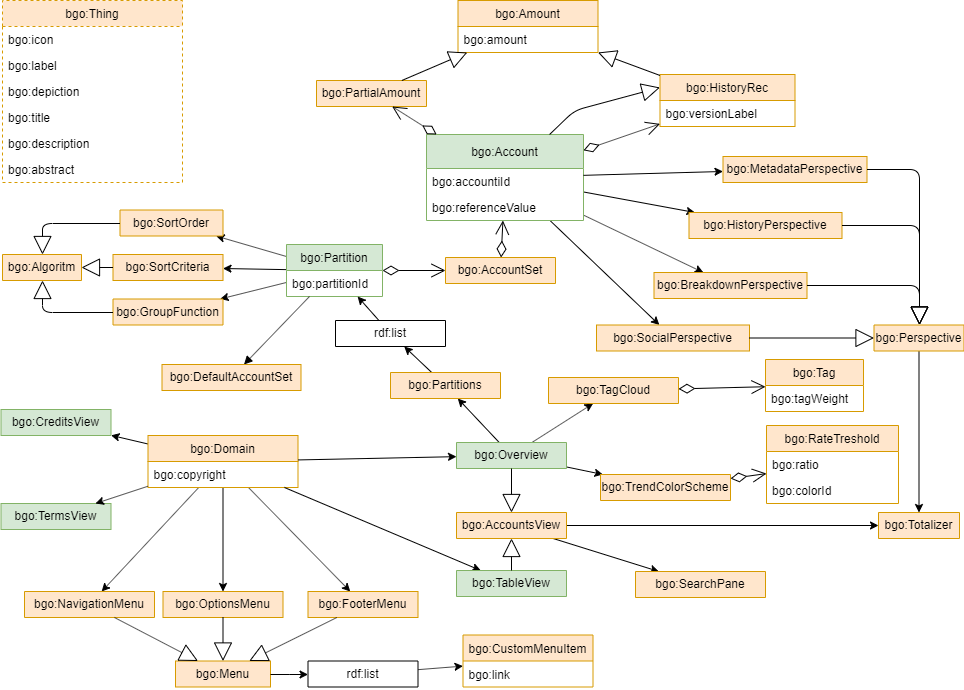
The draw.io diagram v1/bgo/doc/uml-diagram.png in linkeddatacenter/LODMAP-ontologies, before a commit. Source tidied: cells renumbered, new cells last; positions are measured from the earlier drawing's top-left corner, leaving out a move shared by most shapes.
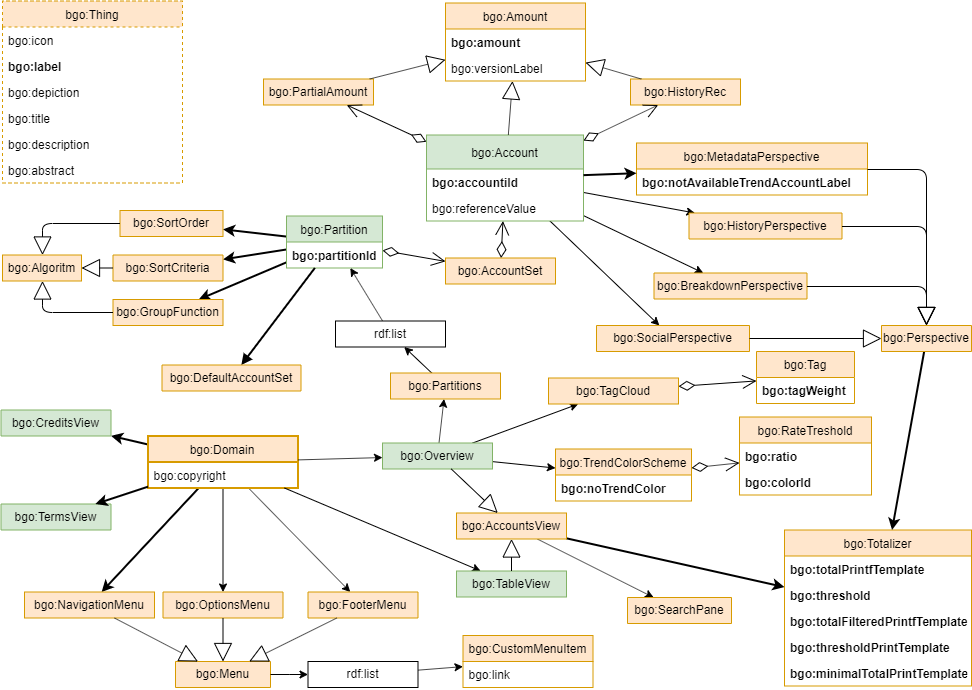
After the commit.

The edit, as a diff of the source:
```diff
@@ -12,19 +12,19 @@
       <mxGeometry relative="1" as="geometry" />
     </mxCell>
     <mxCell id="5" value="bgo:Amount" style="swimlane;fontStyle=0;horizontal=1;startSize=26;fillColor=#ffe6cc;swimlaneFillColor=#ffffff;strokeColor=#d79b00;" parent="1" vertex="1">
-      <mxGeometry x="457.5" width="140" height="52" as="geometry" />
+      <mxGeometry x="445" y="2" width="140" height="78" as="geometry" />
     </mxCell>
-    <mxCell id="6" value="bgo:amount&#10;" style="text;strokeColor=none;fillColor=none;align=left;verticalAlign=top;spacingLeft=4;spacingRight=4;overflow=hidden;" parent="5" vertex="1">
+    <mxCell id="6" value="bgo:amount&#10;" style="text;strokeColor=none;fillColor=none;align=left;verticalAlign=top;spacingLeft=4;spacingRight=4;overflow=hidden;fontStyle=1;" parent="5" vertex="1">
       <mxGeometry y="26" width="140" height="26" as="geometry" />
     </mxCell>
+    <mxCell id="8" value="bgo:versionLabel" style="text;strokeColor=none;fillColor=none;align=left;verticalAlign=top;spacingLeft=4;spacingRight=4;overflow=hidden;fontStyle=0;" parent="5" vertex="1">
+      <mxGeometry y="52" width="140" height="26" as="geometry" />
+    </mxCell>
-    <mxCell id="7" value="bgo:HistoryRec" style="swimlane;fontStyle=0;horizontal=1;startSize=26;fillColor=#ffe6cc;swimlaneFillColor=#ffffff;strokeColor=#d79b00;" parent="1" vertex="1">
-      <mxGeometry x="659.5" y="74" width="135" height="52" as="geometry" />
+    <mxCell id="7" value="bgo:HistoryRec" style="swimlane;fontStyle=0;horizontal=1;startSize=26;fillColor=#ffe6cc;swimlaneFillColor=#ffffff;strokeColor=#d79b00;" parent="1" vertex="1" collapsed="1">
+      <mxGeometry x="630" y="78" width="110" height="26" as="geometry" />
     </mxCell>
-    <mxCell id="8" value="bgo:versionLabel" style="text;strokeColor=none;fillColor=none;align=left;verticalAlign=top;spacingLeft=4;spacingRight=4;overflow=hidden;" parent="7" vertex="1">
-      <mxGeometry y="26" width="135" height="26" as="geometry" />
-    </mxCell>
     <mxCell id="9" value="bgo:PartialAmount" style="swimlane;fontStyle=0;horizontal=1;startSize=26;fillColor=#ffe6cc;swimlaneFillColor=#ffffff;strokeColor=#d79b00;" parent="1" vertex="1" collapsed="1">
-      <mxGeometry x="316" y="80" width="110" height="26" as="geometry" />
+      <mxGeometry x="263" y="78" width="110" height="26" as="geometry" />
     </mxCell>
     <mxCell id="10" style="endArrow=block;endSize=16;endFill=0;html=1;" parent="1" edge="1" source="9" target="5">
       <mxGeometry relative="1" as="geometry" />
@@ -35,18 +35,14 @@
     <mxCell id="12" value="bgo:Account" style="swimlane;fontStyle=0;horizontal=1;startSize=34;fillColor=#d5e8d4;swimlaneFillColor=#ffffff;strokeColor=#82b366;" parent="1" vertex="1">
       <mxGeometry x="426" y="134" width="157" height="86" as="geometry" />
     </mxCell>
-    <mxCell id="13" value="bgo:accountiId" style="text;strokeColor=none;fillColor=none;align=left;verticalAlign=top;spacingLeft=4;spacingRight=4;overflow=hidden;" parent="12" vertex="1">
+    <mxCell id="13" value="bgo:accountiId" style="text;strokeColor=none;fillColor=none;align=left;verticalAlign=top;spacingLeft=4;spacingRight=4;overflow=hidden;fontStyle=1;" parent="12" vertex="1">
       <mxGeometry y="34" width="157" height="26" as="geometry" />
     </mxCell>
     <mxCell id="14" value="bgo:referenceValue" style="text;strokeColor=none;fillColor=none;align=left;verticalAlign=top;spacingLeft=4;spacingRight=4;overflow=hidden;" parent="12" vertex="1">
       <mxGeometry y="60" width="157" height="26" as="geometry" />
     </mxCell>
-    <mxCell id="15" style="endArrow=block;endSize=16;endFill=0;html=1;entryX=0;entryY=0.25;entryDx=0;entryDy=0;" parent="1" edge="1" source="12" target="7">
-      <mxGeometry x="-0.05" y="-7" relative="1" as="geometry">
-        <Array as="points">
-          <mxPoint x="574" y="110" />
-        </Array>
-      </mxGeometry>
+    <mxCell id="15" style="endArrow=block;endSize=16;endFill=0;html=1;" parent="1" edge="1" source="12" target="5">
+      <mxGeometry x="-0.05" y="-7" relative="1" as="geometry" />
     </mxCell>
     <mxCell id="16" value="bgo:Thing" style="swimlane;fontStyle=0;horizontal=1;startSize=26;fillColor=#ffe6cc;swimlaneFillColor=#ffffff;strokeColor=#d79b00;dashed=1;" parent="1" vertex="1">
       <mxGeometry x="2" width="180" height="182" as="geometry" />
@@ -54,13 +50,13 @@
     <mxCell id="17" value="bgo:icon" style="text;strokeColor=none;fillColor=none;align=left;verticalAlign=top;spacingLeft=4;spacingRight=4;overflow=hidden;dashed=1;" parent="16" vertex="1">
       <mxGeometry y="26" width="180" height="26" as="geometry" />
     </mxCell>
-    <mxCell id="18" value="bgo:label" style="text;strokeColor=none;fillColor=none;align=left;verticalAlign=top;spacingLeft=4;spacingRight=4;overflow=hidden;dashed=1;" parent="16" vertex="1">
+    <mxCell id="18" value="bgo:label" style="text;strokeColor=none;fillColor=none;align=left;verticalAlign=top;spacingLeft=4;spacingRight=4;overflow=hidden;dashed=1;fontStyle=1;" parent="16" vertex="1">
       <mxGeometry y="52" width="180" height="26" as="geometry" />
     </mxCell>
     <mxCell id="19" value="bgo:depiction " style="text;strokeColor=none;fillColor=none;align=left;verticalAlign=top;spacingLeft=4;spacingRight=4;overflow=hidden;" parent="16" vertex="1">
       <mxGeometry y="78" width="180" height="26" as="geometry" />
     </mxCell>
-    <mxCell id="20" value="bgo:title" style="text;strokeColor=none;fillColor=none;align=left;verticalAlign=top;spacingLeft=4;spacingRight=4;overflow=hidden;dashed=1;" parent="16" vertex="1">
+    <mxCell id="20" value="bgo:title" style="text;strokeColor=none;fillColor=none;align=left;verticalAlign=top;spacingLeft=4;spacingRight=4;overflow=hidden;dashed=1;fontStyle=0;" parent="16" vertex="1">
       <mxGeometry y="104" width="180" height="26" as="geometry" />
     </mxCell>
     <mxCell id="21" value="bgo:description" style="text;strokeColor=none;fillColor=none;align=left;verticalAlign=top;spacingLeft=4;spacingRight=4;overflow=hidden;" parent="16" vertex="1">
@@ -80,19 +76,19 @@
     <mxCell id="25" style="html=1;align=right;verticalAlign=top;labelBackgroundColor=#ffffff;fontSize=10;" parent="23" vertex="1">
       <mxGeometry x="1" relative="1" as="geometry" />
     </mxCell>
-    <mxCell id="26" style="edgeStyle=none;rounded=0;jettySize=auto;html=1;" parent="1" edge="1" source="30" target="65">
+    <mxCell id="26" style="edgeStyle=none;rounded=0;jettySize=auto;html=1;strokeWidth=2;" parent="1" edge="1" source="30" target="65">
       <mxGeometry relative="1" as="geometry" />
     </mxCell>
     <mxCell id="27" style="edgeStyle=none;rounded=0;jettySize=auto;html=1;" parent="1" edge="1" source="30" target="68">
       <mxGeometry relative="1" as="geometry" />
     </mxCell>
-    <mxCell id="28" style="edgeStyle=none;rounded=0;jettySize=auto;html=1;" parent="1" edge="1" source="30" target="67">
+    <mxCell id="28" style="edgeStyle=none;rounded=0;jettySize=auto;html=1;strokeWidth=2;" parent="1" edge="1" source="30" target="67">
       <mxGeometry relative="1" as="geometry" />
     </mxCell>
     <mxCell id="29" style="edgeStyle=none;rounded=0;jettySize=auto;html=1;" parent="1" edge="1" source="30" target="69">
       <mxGeometry relative="1" as="geometry" />
     </mxCell>
-    <mxCell id="30" value="bgo:Domain" style="swimlane;fontStyle=0;horizontal=1;startSize=26;fillColor=#ffe6cc;swimlaneFillColor=#ffffff;strokeColor=#d79b00;" parent="1" vertex="1">
+    <mxCell id="30" value="bgo:Domain" style="swimlane;fontStyle=0;horizontal=1;startSize=26;fillColor=#ffe6cc;swimlaneFillColor=#ffffff;strokeColor=#d79b00;strokeWidth=2;" parent="1" vertex="1">
       <mxGeometry x="147.5" y="435" width="150" height="52" as="geometry" />
     </mxCell>
     <mxCell id="31" value="bgo:copyright" style="text;strokeColor=none;fillColor=none;align=left;verticalAlign=top;spacingLeft=4;spacingRight=4;overflow=hidden;" parent="30" vertex="1">
@@ -112,19 +108,19 @@
     <mxCell id="35" style="html=1;align=right;verticalAlign=top;labelBackgroundColor=#ffffff;fontSize=10;" parent="33" vertex="1">
       <mxGeometry x="1" relative="1" as="geometry" />
     </mxCell>
-    <mxCell id="36" style="edgeStyle=none;rounded=0;jettySize=auto;html=1;" parent="1" edge="1" source="39" target="48">
+    <mxCell id="36" style="edgeStyle=none;rounded=0;jettySize=auto;html=1;strokeWidth=2;" parent="1" edge="1" source="39" target="48">
       <mxGeometry relative="1" as="geometry" />
     </mxCell>
-    <mxCell id="37" style="edgeStyle=none;rounded=0;jettySize=auto;html=1;" parent="1" edge="1" source="39" target="47">
+    <mxCell id="37" style="edgeStyle=none;rounded=0;jettySize=auto;html=1;strokeWidth=2;" parent="1" edge="1" source="39" target="47">
       <mxGeometry relative="1" as="geometry" />
     </mxCell>
-    <mxCell id="38" style="edgeStyle=none;rounded=0;jettySize=auto;html=1;" parent="1" edge="1" source="39" target="46">
+    <mxCell id="38" style="edgeStyle=none;rounded=0;jettySize=auto;html=1;strokeWidth=2;" parent="1" edge="1" source="39" target="46">
       <mxGeometry relative="1" as="geometry" />
     </mxCell>
     <mxCell id="39" value="bgo:Partition" style="swimlane;fontStyle=0;horizontal=1;startSize=26;fillColor=#d5e8d4;swimlaneFillColor=#ffffff;strokeColor=#82b366;" parent="1" vertex="1">
-      <mxGeometry x="286" y="244" width="96" height="52" as="geometry" />
+      <mxGeometry x="286" y="215" width="96" height="52" as="geometry" />
     </mxCell>
-    <mxCell id="40" value="bgo:partitionId" style="text;strokeColor=none;fillColor=none;align=left;verticalAlign=top;spacingLeft=4;spacingRight=4;overflow=hidden;" parent="39" vertex="1">
+    <mxCell id="40" value="bgo:partitionId" style="text;strokeColor=none;fillColor=none;align=left;verticalAlign=top;spacingLeft=4;spacingRight=4;overflow=hidden;fontStyle=1;" parent="39" vertex="1">
       <mxGeometry y="26" width="96" height="26" as="geometry" />
     </mxCell>
     <mxCell id="41" style="endArrow=open;html=1;endSize=12;startArrow=diamondThin;startSize=14;startFill=0;" parent="1" edge="1" source="39" target="32">
@@ -138,7 +134,7 @@
     <mxCell id="43" style="html=1;align=right;verticalAlign=top;labelBackgroundColor=#ffffff;fontSize=10;" parent="41" vertex="1">
       <mxGeometry x="1" relative="1" as="geometry" />
     </mxCell>
-    <mxCell id="44" style="endArrow=block;endFill=1;html=1;align=left;verticalAlign=top;" parent="1" edge="1" source="39" target="53">
+    <mxCell id="44" style="endArrow=block;endFill=1;html=1;align=left;verticalAlign=top;strokeWidth=2;" parent="1" edge="1" source="39" target="53">
       <mxGeometry x="-0.7" y="-4" relative="1" as="geometry" />
     </mxCell>
     <mxCell id="45" style="html=1;align=left;verticalAlign=bottom;labelBackgroundColor=#ffffff;fontSize=10;" parent="44" vertex="1">
@@ -178,20 +174,23 @@
       <mxGeometry relative="1" as="geometry" />
     </mxCell>
     <mxCell id="57" value="bgo:Overview" style="swimlane;fontStyle=0;horizontal=1;startSize=26;fillColor=#d5e8d4;swimlaneFillColor=#ffffff;strokeColor=#82b366;" parent="1" vertex="1" collapsed="1">
-      <mxGeometry x="456" y="442" width="110" height="26" as="geometry" />
+      <mxGeometry x="382" y="442" width="110" height="26" as="geometry" />
     </mxCell>
     <mxCell id="58" style="edgeStyle=none;rounded=0;jettySize=auto;html=1;" parent="1" edge="1" source="60" target="82">
       <mxGeometry relative="1" as="geometry" />
     </mxCell>
-    <mxCell id="59" style="edgeStyle=none;rounded=0;jettySize=auto;html=1;" parent="1" edge="1" source="60" target="81">
+    <mxCell id="59" style="edgeStyle=none;rounded=0;jettySize=auto;html=1;strokeWidth=2;" parent="1" edge="1" source="60" target="81">
       <mxGeometry relative="1" as="geometry" />
     </mxCell>
     <mxCell id="60" value="bgo:AccountsView" style="swimlane;fontStyle=0;horizontal=1;startSize=26;fillColor=#ffe6cc;swimlaneFillColor=#ffffff;strokeColor=#d79b00;" parent="1" vertex="1" collapsed="1">
       <mxGeometry x="456" y="512" width="110" height="26" as="geometry" />
     </mxCell>
-    <mxCell id="61" value="bgo:MetadataPerspective" style="swimlane;fontStyle=0;horizontal=1;startSize=26;fillColor=#ffe6cc;swimlaneFillColor=#ffffff;strokeColor=#d79b00;" parent="1" vertex="1" collapsed="1">
-      <mxGeometry x="722.5" y="156" width="144" height="26" as="geometry" />
+    <mxCell id="61" value="bgo:MetadataPerspective" style="swimlane;fontStyle=0;horizontal=1;startSize=26;fillColor=#ffe6cc;swimlaneFillColor=#ffffff;strokeColor=#d79b00;" parent="1" vertex="1">
+      <mxGeometry x="636" y="142" width="231" height="52" as="geometry" />
     </mxCell>
+    <mxCell id="115" value="bgo:notAvailableTrendAccountLabel" style="text;strokeColor=none;fillColor=none;align=left;verticalAlign=top;spacingLeft=4;spacingRight=4;overflow=hidden;fontStyle=1;" parent="61" vertex="1">
+      <mxGeometry y="26" width="231" height="26" as="geometry" />
+    </mxCell>
     <mxCell id="62" value="bgo:HistoryPerspective" style="swimlane;fontStyle=0;horizontal=1;startSize=26;fillColor=#ffe6cc;swimlaneFillColor=#ffffff;strokeColor=#d79b00;" parent="1" vertex="1" collapsed="1">
       <mxGeometry x="688.5" y="212" width="153" height="26" as="geometry" />
     </mxCell>
@@ -249,19 +248,37 @@
     <mxCell id="80" value="bgo:link" style="text;strokeColor=none;fillColor=none;align=left;verticalAlign=top;spacingLeft=4;spacingRight=4;overflow=hidden;dashed=1;" parent="79" vertex="1">
       <mxGeometry y="26" width="130" height="26" as="geometry" />
     </mxCell>
-    <mxCell id="81" value="bgo:Totalizer" style="swimlane;fontStyle=0;horizontal=1;startSize=26;fillColor=#ffe6cc;swimlaneFillColor=#ffffff;strokeColor=#d79b00;" parent="1" vertex="1" collapsed="1">
-      <mxGeometry x="878" y="512" width="81" height="26" as="geometry" />
+    <mxCell id="81" value="bgo:Totalizer" style="swimlane;fontStyle=0;horizontal=1;startSize=26;fillColor=#ffe6cc;swimlaneFillColor=#ffffff;strokeColor=#d79b00;" parent="1" vertex="1">
+      <mxGeometry x="784" y="529" width="187" height="156" as="geometry" />
     </mxCell>
+    <mxCell id="116" value="bgo:totalPrintfTemplate" style="text;strokeColor=none;fillColor=none;align=left;verticalAlign=top;spacingLeft=4;spacingRight=4;overflow=hidden;fontStyle=1;" parent="81" vertex="1">
+      <mxGeometry y="26" width="187" height="26" as="geometry" />
+    </mxCell>
+    <mxCell id="117" value="bgo:threshold" style="text;strokeColor=none;fillColor=none;align=left;verticalAlign=top;spacingLeft=4;spacingRight=4;overflow=hidden;fontStyle=1;" parent="81" vertex="1">
+      <mxGeometry y="52" width="187" height="26" as="geometry" />
+    </mxCell>
+    <mxCell id="118" value="bgo:totalFilteredPrintfTemplate" style="text;strokeColor=none;fillColor=none;align=left;verticalAlign=top;spacingLeft=4;spacingRight=4;overflow=hidden;fontStyle=1;" parent="81" vertex="1">
+      <mxGeometry y="78" width="187" height="26" as="geometry" />
+    </mxCell>
+    <mxCell id="119" value="bgo:thresholdPrintTemplate" style="text;strokeColor=none;fillColor=none;align=left;verticalAlign=top;spacingLeft=4;spacingRight=4;overflow=hidden;fontStyle=1;" parent="81" vertex="1">
+      <mxGeometry y="104" width="187" height="26" as="geometry" />
+    </mxCell>
+    <mxCell id="120" value="bgo:minimalTotalPrintTemplate" style="text;strokeColor=none;fillColor=none;align=left;verticalAlign=top;spacingLeft=4;spacingRight=4;overflow=hidden;fontStyle=1;" parent="81" vertex="1">
+      <mxGeometry y="130" width="187" height="26" as="geometry" />
+    </mxCell>
     <mxCell id="82" value="bgo:SearchPane" style="swimlane;fontStyle=0;horizontal=1;startSize=26;fillColor=#ffe6cc;swimlaneFillColor=#ffffff;strokeColor=#d79b00;" parent="1" vertex="1" collapsed="1">
-      <mxGeometry x="635" y="571" width="130" height="26" as="geometry" />
+      <mxGeometry x="627" y="596.5" width="104" height="26" as="geometry" />
     </mxCell>
     <mxCell id="83" value="bgo:TagCloud" style="swimlane;fontStyle=0;horizontal=1;startSize=26;fillColor=#ffe6cc;swimlaneFillColor=#ffffff;strokeColor=#d79b00;" parent="1" vertex="1" collapsed="1">
       <mxGeometry x="548" y="377" width="130" height="26" as="geometry" />
     </mxCell>
-    <mxCell id="84" value="bgo:TrendColorScheme" style="swimlane;fontStyle=0;horizontal=1;startSize=26;fillColor=#ffe6cc;swimlaneFillColor=#ffffff;strokeColor=#d79b00;" parent="1" vertex="1" collapsed="1">
-      <mxGeometry x="600" y="474" width="130" height="26" as="geometry" />
+    <mxCell id="84" value="bgo:TrendColorScheme" style="swimlane;fontStyle=0;horizontal=1;startSize=26;fillColor=#ffe6cc;swimlaneFillColor=#ffffff;strokeColor=#d79b00;" parent="1" vertex="1">
+      <mxGeometry x="555" y="448" width="136" height="52" as="geometry" />
     </mxCell>
+    <mxCell id="121" value="bgo:noTrendColor" style="text;strokeColor=none;fillColor=none;align=left;verticalAlign=top;spacingLeft=4;spacingRight=4;overflow=hidden;fontStyle=1;" parent="84" vertex="1">
+      <mxGeometry y="26" width="136" height="26" as="geometry" />
+    </mxCell>
-    <mxCell id="85" style="edgeStyle=none;rounded=0;jettySize=auto;html=1;" parent="1" edge="1" source="12" target="61">
+    <mxCell id="85" style="edgeStyle=none;rounded=0;jettySize=auto;html=1;strokeWidth=2;" parent="1" edge="1" source="12" target="61">
       <mxGeometry relative="1" as="geometry" />
     </mxCell>
     <mxCell id="86" style="edgeStyle=none;rounded=0;orthogonalLoop=1;jettySize=auto;html=1;exitX=0.75;exitY=1;exitDx=0;exitDy=0;" parent="1" edge="1" source="62" target="62">
@@ -273,14 +290,14 @@
     <mxCell id="88" style="edgeStyle=none;rounded=0;jettySize=auto;html=1;" parent="1" edge="1" source="30" target="100">
       <mxGeometry relative="1" as="geometry" />
     </mxCell>
-    <mxCell id="89" style="edgeStyle=none;rounded=0;jettySize=auto;html=1;" parent="1" edge="1" source="30" target="66">
+    <mxCell id="89" style="edgeStyle=none;rounded=0;jettySize=auto;html=1;strokeWidth=2;" parent="1" edge="1" source="30" target="66">
       <mxGeometry relative="1" as="geometry" />
     </mxCell>
-    <mxCell id="90" style="rounded=0;jettySize=auto;html=1;" parent="1" edge="1" source="91" target="81">
+    <mxCell id="90" style="rounded=0;jettySize=auto;html=1;strokeWidth=2;" parent="1" edge="1" source="91" target="81">
       <mxGeometry relative="1" as="geometry" />
     </mxCell>
     <mxCell id="91" value="bgo:Perspective" style="swimlane;fontStyle=0;horizontal=1;startSize=26;fillColor=#ffe6cc;swimlaneFillColor=#ffffff;strokeColor=#d79b00;" parent="1" vertex="1" collapsed="1">
-      <mxGeometry x="873.5" y="324.5" width="90" height="26" as="geometry" />
+      <mxGeometry x="881" y="324.5" width="90" height="26" as="geometry" />
     </mxCell>
     <mxCell id="92" style="endArrow=block;endSize=16;endFill=0;html=1;edgeStyle=orthogonalEdgeStyle;" parent="1" edge="1" source="64" target="91">
       <mxGeometry relative="1" as="geometry" />
@@ -321,12 +338,12 @@
       <mxGeometry x="390" y="372" width="110" height="26" as="geometry" />
     </mxCell>
     <mxCell id="104" value="bgo:RateTreshold" style="swimlane;fontStyle=0;horizontal=1;startSize=26;fillColor=#ffe6cc;swimlaneFillColor=#ffffff;strokeColor=#d79b00;" parent="1" vertex="1">
-      <mxGeometry x="766" y="425" width="132" height="78" as="geometry" />
+      <mxGeometry x="739" y="416" width="132" height="78" as="geometry" />
     </mxCell>
-    <mxCell id="105" value="bgo:ratio" style="text;strokeColor=none;fillColor=none;align=left;verticalAlign=top;spacingLeft=4;spacingRight=4;overflow=hidden;" parent="104" vertex="1">
+    <mxCell id="105" value="bgo:ratio" style="text;strokeColor=none;fillColor=none;align=left;verticalAlign=top;spacingLeft=4;spacingRight=4;overflow=hidden;fontStyle=1;" parent="104" vertex="1">
       <mxGeometry y="26" width="132" height="26" as="geometry" />
     </mxCell>
-    <mxCell id="106" value="bgo:colorId" style="text;strokeColor=none;fillColor=none;align=left;verticalAlign=top;spacingLeft=4;spacingRight=4;overflow=hidden;" parent="104" vertex="1">
+    <mxCell id="106" value="bgo:colorId" style="text;strokeColor=none;fillColor=none;align=left;verticalAlign=top;spacingLeft=4;spacingRight=4;overflow=hidden;fontStyle=1;" parent="104" vertex="1">
       <mxGeometry y="52" width="132" height="26" as="geometry" />
     </mxCell>
     <mxCell id="107" style="endArrow=open;html=1;endSize=12;startArrow=diamondThin;startSize=14;startFill=0;" parent="1" edge="1" source="84" target="104">
@@ -341,9 +358,9 @@
       <mxGeometry x="1" relative="1" as="geometry" />
     </mxCell>
     <mxCell id="110" value="bgo:Tag" style="swimlane;fontStyle=0;horizontal=1;startSize=26;fillColor=#ffe6cc;swimlaneFillColor=#ffffff;strokeColor=#d79b00;" parent="1" vertex="1">
-      <mxGeometry x="765" y="359" width="98" height="52" as="geometry" />
+      <mxGeometry x="756" y="350.5" width="98" height="52" as="geometry" />
     </mxCell>
-    <mxCell id="111" value="bgo:tagWeight" style="text;strokeColor=none;fillColor=none;align=left;verticalAlign=top;spacingLeft=4;spacingRight=4;overflow=hidden;" parent="110" vertex="1">
+    <mxCell id="111" value="bgo:tagWeight" style="text;strokeColor=none;fillColor=none;align=left;verticalAlign=top;spacingLeft=4;spacingRight=4;overflow=hidden;fontStyle=1;" parent="110" vertex="1">
       <mxGeometry y="26" width="98" height="26" as="geometry" />
     </mxCell>
     <mxCell id="112" style="endArrow=open;html=1;endSize=12;startArrow=diamondThin;startSize=14;startFill=0;" parent="1" edge="1" source="83" target="110">
```
